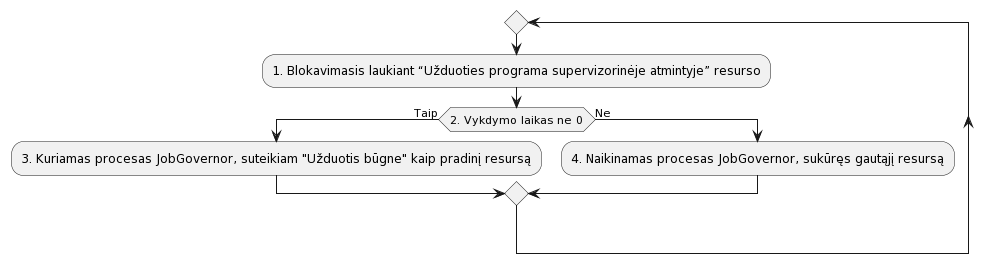
This is aprasymas2/img/MainProc.png from Mdominykas/OS, a PlantUML export, as it was before one commit.
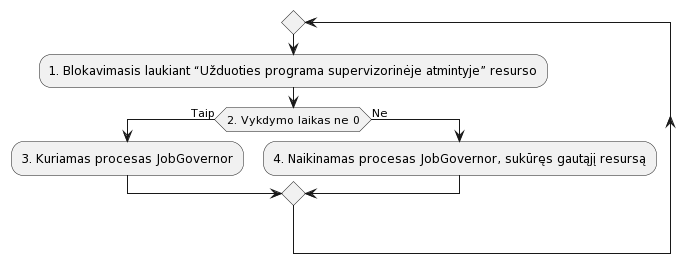
The same diagram one commit later.

Change to the diagram source:
```diff
@@ -2,7 +2,7 @@
 repeat
   :1. Blokavimasis laukiant “Užduoties programa supervizorinėje atmintyje” resurso;
   if (2. Vykdymo laikas ne 0) is (Taip) then
-    :3. Kuriamas procesas JobGovernor, suteikiam "Užduotis būgne" kaip pradinį resursą;
+    :3. Kuriamas procesas JobGovernor;
   else (Ne)
     :4. Naikinamas procesas JobGovernor, sukūręs gautąjį resursą;
 @enduml
```
